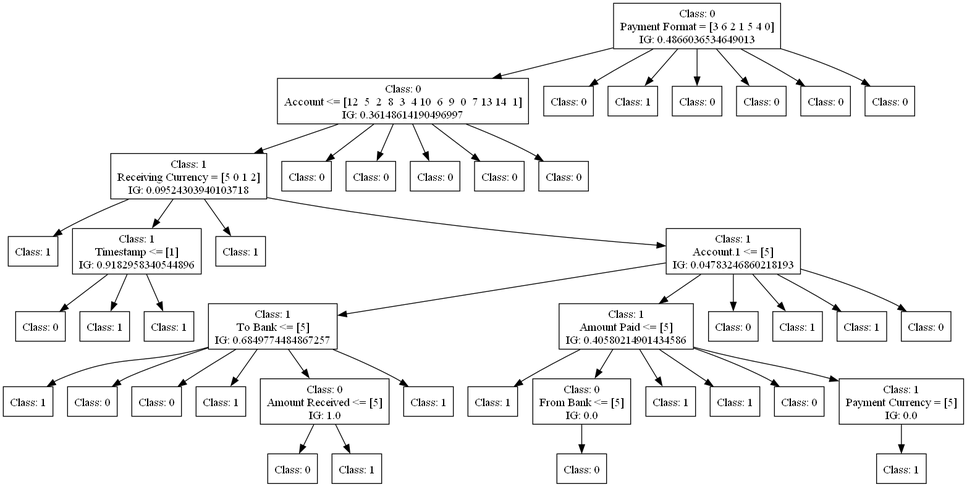
Before: dot_figs/tree-id3-undersampling-6.png, a diagram exported from Graphviz (FedericoBruzzone/anti-money-laundering). Its source is kept beside it as dot_figs/tree-id3-undersampling-6.dot. Source of this version:
```dot
digraph DecisionTree {
	rankdir=TD;
	node [shape=box];
	2336869722592 [label="Class: 0
Payment Format = [3 6 2 1 5 4 0]
IG: 0.4866036534649013"];
	2337537462560 [label="Class: 0
Account <= [12  5  2  8  3  4 10  6  9  0  7 13 14  1]
IG: 0.36148614190496997"];
	2336869722592 -> 2337537462560;
	2337507144800 [label="Class: 1
Receiving Currency = [5 0 1 2]
IG: 0.09524303940103718"];
	2337537462560 -> 2337507144800;
	2337540642688 [label="Class: 1
"];
	2337507144800 -> 2337540642688;
	2337540641968 [label="Class: 1
Timestamp <= [1]
IG: 0.9182958340544896"];
	2337507144800 -> 2337540641968;
	2337540647440 [label="Class: 0
"];
	2337540641968 -> 2337540647440;
	2337540647632 [label="Class: 1
"];
	2337540641968 -> 2337540647632;
	2337540644176 [label="Class: 1
"];
	2337540641968 -> 2337540644176;
	2337540642112 [label="Class: 1
"];
	2337507144800 -> 2337540642112;
	2337540641632 [label="Class: 1
Account.1 <= [5]
IG: 0.04783246860218193"];
	2337507144800 -> 2337540641632;
	2337540648448 [label="Class: 1
To Bank <= [5]
IG: 0.6849774484867257"];
	2337540641632 -> 2337540648448;
	2337669566992 [label="Class: 1
"];
	2337540648448 -> 2337669566992;
	2337669568192 [label="Class: 0
"];
	2337540648448 -> 2337669568192;
	2337669563296 [label="Class: 0
"];
	2337540648448 -> 2337669563296;
	2337669567808 [label="Class: 1
"];
	2337540648448 -> 2337669567808;
	2337669567280 [label="Class: 0
Amount Received <= [5]
IG: 1.0"];
	2337540648448 -> 2337669567280;
	2337669571216 [label="Class: 0
"];
	2337669567280 -> 2337669571216;
	2337669571648 [label="Class: 1
"];
	2337669567280 -> 2337669571648;
	2337669565216 [label="Class: 1
"];
	2337540648448 -> 2337669565216;
	2337540651568 [label="Class: 1
Amount Paid <= [5]
IG: 0.40580214901434586"];
	2337540641632 -> 2337540651568;
	2337669563152 [label="Class: 1
"];
	2337540651568 -> 2337669563152;
	2337669574048 [label="Class: 0
From Bank <= [5]
IG: 0.0"];
	2337540651568 -> 2337669574048;
	2337669576016 [label="Class: 0
"];
	2337669574048 -> 2337669576016;
	2337669568240 [label="Class: 1
"];
	2337540651568 -> 2337669568240;
	2337669573664 [label="Class: 1
"];
	2337540651568 -> 2337669573664;
	2337669571072 [label="Class: 0
"];
	2337540651568 -> 2337669571072;
	2337669572656 [label="Class: 1
Payment Currency = [5]
IG: 0.0"];
	2337540651568 -> 2337669572656;
	2337669576688 [label="Class: 1
"];
	2337669572656 -> 2337669576688;
	2337540643360 [label="Class: 0
"];
	2337540641632 -> 2337540643360;
	2337540652912 [label="Class: 1
"];
	2337540641632 -> 2337540652912;
	2337540646288 [label="Class: 1
"];
	2337540641632 -> 2337540646288;
	2337540652720 [label="Class: 0
"];
	2337540641632 -> 2337540652720;
	2337507145136 [label="Class: 0
"];
	2337537462560 -> 2337507145136;
	2337507144944 [label="Class: 0
"];
	2337537462560 -> 2337507144944;
	2337507144464 [label="Class: 0
"];
	2337537462560 -> 2337507144464;
	2337507144848 [label="Class: 0
"];
	2337537462560 -> 2337507144848;
	2337507142496 [label="Class: 0
"];
	2337537462560 -> 2337507142496;
	2337537461888 [label="Class: 0
"];
	2336869722592 -> 2337537461888;
	2337537472640 [label="Class: 1
"];
	2336869722592 -> 2337537472640;
	2337537458624 [label="Class: 0
"];
	2336869722592 -> 2337537458624;
	2337537473888 [label="Class: 0
"];
	2336869722592 -> 2337537473888;
	2337537462320 [label="Class: 0
"];
	2336869722592 -> 2337537462320;
	2337537468128 [label="Class: 0
"];
	2336869722592 -> 2337537468128;
}
```
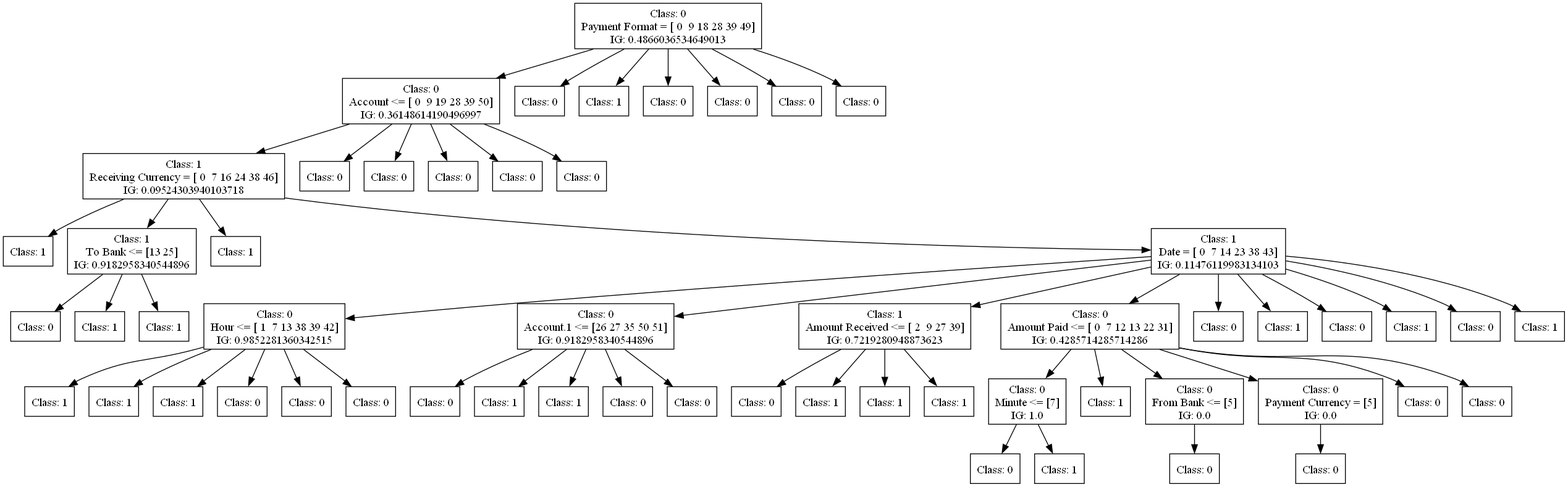
Later version of the same file.

What changed in the source:
```diff
@@ -1,142 +1,183 @@
 digraph DecisionTree {
 	rankdir=TD;
 	node [shape=box];
-	2336869722592 [label="Class: 0
-Payment Format = [3 6 2 1 5 4 0]
+	1903594356544 [label="Class: 0
+Payment Format = [ 0  9 18 28 39 49]
 IG: 0.4866036534649013"];
-	2337537462560 [label="Class: 0
-Account <= [12  5  2  8  3  4 10  6  9  0  7 13 14  1]
+	1901687500336 [label="Class: 0
+Account <= [ 0  9 19 28 39 50]
 IG: 0.36148614190496997"];
-	2336869722592 -> 2337537462560;
-	2337507144800 [label="Class: 1
-Receiving Currency = [5 0 1 2]
+	1903594356544 -> 1901687500336;
+	1901687504608 [label="Class: 1
+Receiving Currency = [ 0  7 16 24 38 46]
 IG: 0.09524303940103718"];
-	2337537462560 -> 2337507144800;
-	2337540642688 [label="Class: 1
+	1901687500336 -> 1901687504608;
+	1901687502160 [label="Class: 1
 "];
-	2337507144800 -> 2337540642688;
-	2337540641968 [label="Class: 1
-Timestamp <= [1]
+	1901687504608 -> 1901687502160;
+	1901687499328 [label="Class: 1
+To Bank <= [13 25]
 IG: 0.9182958340544896"];
-	2337507144800 -> 2337540641968;
-	2337540647440 [label="Class: 0
+	1901687504608 -> 1901687499328;
+	1901687502688 [label="Class: 0
 "];
-	2337540641968 -> 2337540647440;
-	2337540647632 [label="Class: 1
+	1901687499328 -> 1901687502688;
+	1901687503840 [label="Class: 1
 "];
-	2337540641968 -> 2337540647632;
-	2337540644176 [label="Class: 1
+	1901687499328 -> 1901687503840;
+	1901687504848 [label="Class: 1
 "];
-	2337540641968 -> 2337540644176;
-	2337540642112 [label="Class: 1
+	1901687499328 -> 1901687504848;
+	1901687499904 [label="Class: 1
 "];
-	2337507144800 -> 2337540642112;
-	2337540641632 [label="Class: 1
-Account.1 <= [5]
-IG: 0.04783246860218193"];
-	2337507144800 -> 2337540641632;
-	2337540648448 [label="Class: 1
-To Bank <= [5]
-IG: 0.6849774484867257"];
-	2337540641632 -> 2337540648448;
-	2337669566992 [label="Class: 1
+	1901687504608 -> 1901687499904;
+	1901687502880 [label="Class: 1
+Date = [ 0  7 14 23 38 43]
+IG: 0.11476119983134103"];
+	1901687504608 -> 1901687502880;
+	1901687501392 [label="Class: 0
+Hour <= [ 1  7 13 38 39 42]
+IG: 0.9852281360342515"];
+	1901687502880 -> 1901687501392;
+	1903593374816 [label="Class: 1
 "];
-	2337540648448 -> 2337669566992;
-	2337669568192 [label="Class: 0
+	1901687501392 -> 1903593374816;
+	1903593376160 [label="Class: 1
 "];
-	2337540648448 -> 2337669568192;
-	2337669563296 [label="Class: 0
+	1901687501392 -> 1903593376160;
+	1903593375536 [label="Class: 1
 "];
-	2337540648448 -> 2337669563296;
-	2337669567808 [label="Class: 1
+	1901687501392 -> 1903593375536;
+	1903593375152 [label="Class: 0
 "];
-	2337540648448 -> 2337669567808;
-	2337669567280 [label="Class: 0
-Amount Received <= [5]
+	1901687501392 -> 1903593375152;
+	1903593374912 [label="Class: 0
+"];
+	1901687501392 -> 1903593374912;
+	1903593374384 [label="Class: 0
+"];
+	1901687501392 -> 1903593374384;
+	1901687504080 [label="Class: 0
+Account.1 <= [26 27 35 50 51]
+IG: 0.9182958340544896"];
+	1901687502880 -> 1901687504080;
+	1901687489440 [label="Class: 0
+"];
+	1901687504080 -> 1901687489440;
+	1903593376832 [label="Class: 1
+"];
+	1901687504080 -> 1903593376832;
+	1903593373808 [label="Class: 1
+"];
+	1901687504080 -> 1903593373808;
+	1903593375200 [label="Class: 0
+"];
+	1901687504080 -> 1903593375200;
+	1903593374480 [label="Class: 0
+"];
+	1901687504080 -> 1903593374480;
+	1901687502976 [label="Class: 1
+Amount Received <= [ 2  9 27 39]
+IG: 0.7219280948873623"];
+	1901687502880 -> 1901687502976;
+	1903593378176 [label="Class: 0
+"];
+	1901687502976 -> 1903593378176;
+	1903593377600 [label="Class: 1
+"];
+	1901687502976 -> 1903593377600;
+	1903593376880 [label="Class: 1
+"];
+	1901687502976 -> 1903593376880;
+	1903593376448 [label="Class: 1
+"];
+	1901687502976 -> 1903593376448;
+	1901687502832 [label="Class: 0
+Amount Paid <= [ 0  7 12 13 22 31]
+IG: 0.4285714285714286"];
+	1901687502880 -> 1901687502832;
+	1903593375584 [label="Class: 0
+Minute <= [7]
 IG: 1.0"];
-	2337540648448 -> 2337669567280;
-	2337669571216 [label="Class: 0
+	1901687502832 -> 1903593375584;
+	1903593379424 [label="Class: 0
 "];
-	2337669567280 -> 2337669571216;
-	2337669571648 [label="Class: 1
+	1903593375584 -> 1903593379424;
+	1903593379856 [label="Class: 1
 "];
-	2337669567280 -> 2337669571648;
-	2337669565216 [label="Class: 1
+	1903593375584 -> 1903593379856;
+	1903593378656 [label="Class: 1
 "];
-	2337540648448 -> 2337669565216;
-	2337540651568 [label="Class: 1
-Amount Paid <= [5]
-IG: 0.40580214901434586"];
-	2337540641632 -> 2337540651568;
-	2337669563152 [label="Class: 1
-"];
-	2337540651568 -> 2337669563152;
-	2337669574048 [label="Class: 0
+	1901687502832 -> 1903593378656;
+	1903593378320 [label="Class: 0
 From Bank <= [5]
 IG: 0.0"];
-	2337540651568 -> 2337669574048;
-	2337669576016 [label="Class: 0
+	1901687502832 -> 1903593378320;
+	1903593380096 [label="Class: 0
 "];
-	2337669574048 -> 2337669576016;
-	2337669568240 [label="Class: 1
-"];
-	2337540651568 -> 2337669568240;
-	2337669573664 [label="Class: 1
-"];
-	2337540651568 -> 2337669573664;
-	2337669571072 [label="Class: 0
-"];
-	2337540651568 -> 2337669571072;
-	2337669572656 [label="Class: 1
+	1903593378320 -> 1903593380096;
+	1903593374672 [label="Class: 0
 Payment Currency = [5]
 IG: 0.0"];
-	2337540651568 -> 2337669572656;
-	2337669576688 [label="Class: 1
+	1901687502832 -> 1903593374672;
+	1903593379568 [label="Class: 0
 "];
-	2337669572656 -> 2337669576688;
-	2337540643360 [label="Class: 0
+	1903593374672 -> 1903593379568;
+	1903593373952 [label="Class: 0
 "];
-	2337540641632 -> 2337540643360;
-	2337540652912 [label="Class: 1
+	1901687502832 -> 1903593373952;
+	1903593377456 [label="Class: 0
 "];
-	2337540641632 -> 2337540652912;
-	2337540646288 [label="Class: 1
+	1901687502832 -> 1903593377456;
+	1901687497696 [label="Class: 0
 "];
-	2337540641632 -> 2337540646288;
-	2337540652720 [label="Class: 0
+	1901687502880 -> 1901687497696;
+	1901687501632 [label="Class: 1
 "];
-	2337540641632 -> 2337540652720;
-	2337507145136 [label="Class: 0
+	1901687502880 -> 1901687501632;
+	1901687503168 [label="Class: 0
 "];
-	2337537462560 -> 2337507145136;
-	2337507144944 [label="Class: 0
+	1901687502880 -> 1901687503168;
+	1901687503744 [label="Class: 1
 "];
-	2337537462560 -> 2337507144944;
-	2337507144464 [label="Class: 0
+	1901687502880 -> 1901687503744;
+	1901687492176 [label="Class: 0
 "];
-	2337537462560 -> 2337507144464;
-	2337507144848 [label="Class: 0
+	1901687502880 -> 1901687492176;
+	1901687491648 [label="Class: 1
 "];
-	2337537462560 -> 2337507144848;
-	2337507142496 [label="Class: 0
+	1901687502880 -> 1901687491648;
+	1901687504560 [label="Class: 0
 "];
-	2337537462560 -> 2337507142496;
-	2337537461888 [label="Class: 0
+	1901687500336 -> 1901687504560;
+	1901687504416 [label="Class: 0
 "];
-	2336869722592 -> 2337537461888;
-	2337537472640 [label="Class: 1
+	1901687500336 -> 1901687504416;
+	1901687504176 [label="Class: 0
 "];
-	2336869722592 -> 2337537472640;
-	2337537458624 [label="Class: 0
+	1901687500336 -> 1901687504176;
+	1901687498032 [label="Class: 0
 "];
-	2336869722592 -> 2337537458624;
-	2337537473888 [label="Class: 0
+	1901687500336 -> 1901687498032;
+	1901687503696 [label="Class: 0
 "];
-	2336869722592 -> 2337537473888;
-	2337537462320 [label="Class: 0
+	1901687500336 -> 1901687503696;
+	1901687497312 [label="Class: 0
 "];
-	2336869722592 -> 2337537462320;
-	2337537468128 [label="Class: 0
+	1903594356544 -> 1901687497312;
+	1901687502208 [label="Class: 1
 "];
-	2336869722592 -> 2337537468128;
+	1903594356544 -> 1901687502208;
+	1901687503024 [label="Class: 0
+"];
+	1903594356544 -> 1901687503024;
+	1901687495728 [label="Class: 0
+"];
+	1903594356544 -> 1901687495728;
+	1901687503600 [label="Class: 0
+"];
+	1903594356544 -> 1901687503600;
+	1901687499568 [label="Class: 0
+"];
+	1903594356544 -> 1901687499568;
 }
```
